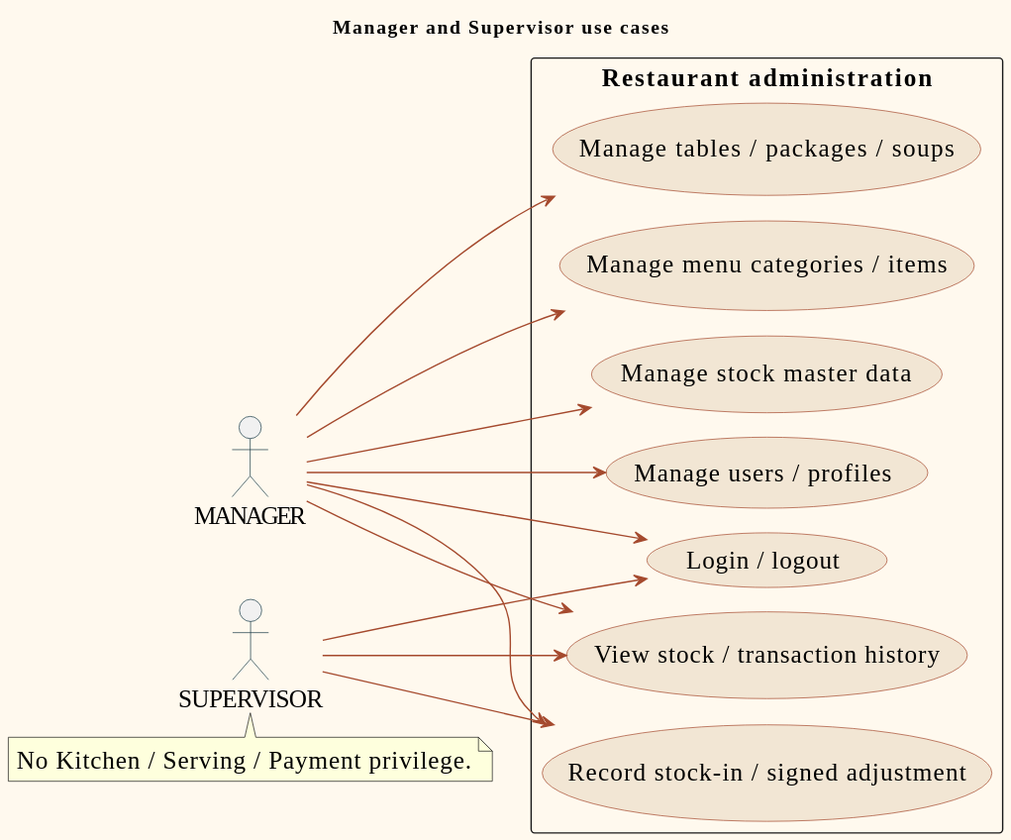
This is doc/diagrams/previews/use-case-management.svg from PavaritPramual/buffet-restaurant-management-system, a PlantUML export, as it was before one commit. Source of this version:
```plantuml
@startuml
!pragma layout smetana
skinparam shadowing false
skinparam backgroundColor #FFF9EE
skinparam defaultFontName Tahoma
skinparam defaultFontSize 18
skinparam classAttributeIconSize 0
skinparam ArrowColor #A54A2E
skinparam classBackgroundColor #FFF9EE
skinparam classBorderColor #173A45
skinparam actorBorderColor #173A45
skinparam usecaseBackgroundColor #F2E6D4
skinparam usecaseBorderColor #A54A2E
title Manager and Supervisor use cases
left to right direction
actor "MANAGER" as Manager
actor "SUPERVISOR" as Supervisor
rectangle "Restaurant administration" {
 usecase "Login / logout" as Login
 usecase "Manage users / profiles" as Users
 usecase "Manage tables / packages / soups" as Catalog
 usecase "Manage menu categories / items" as Menu
 usecase "Manage stock master data" as Master
 usecase "View stock / transaction history" as Read
 usecase "Record stock-in / signed adjustment" as Move
}
Manager --> Login
Supervisor --> Login
Manager --> Users
Manager --> Catalog
Manager --> Menu
Manager --> Master
Manager --> Read
Manager --> Move
Supervisor --> Read
Supervisor --> Move
note bottom of Supervisor
No Kitchen / Serving / Payment privilege.
end note
@enduml
```
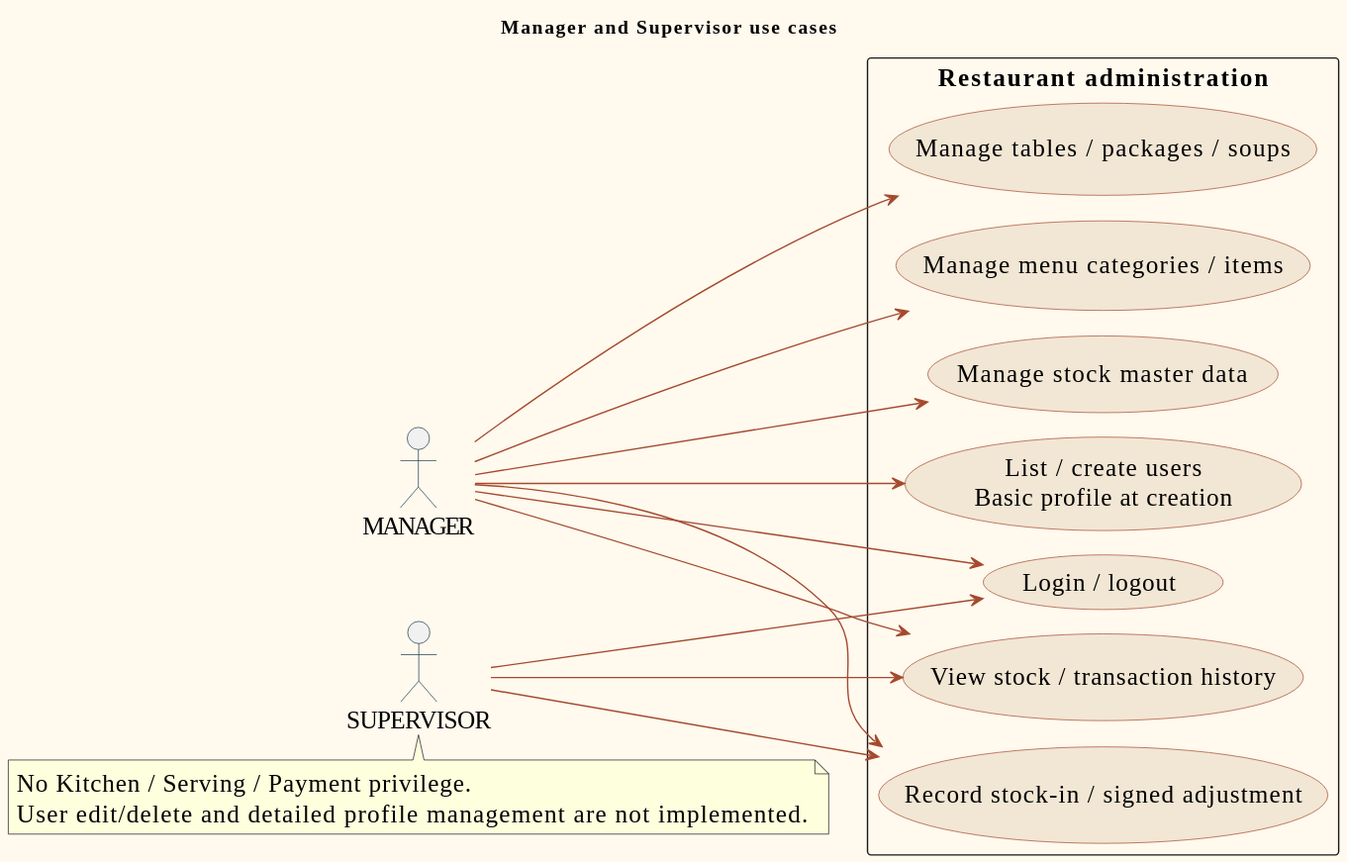
Above is the later version.

The edit, as a diff of the source:
```diff
@@ -17,7 +17,7 @@
 actor "SUPERVISOR" as Supervisor
 rectangle "Restaurant administration" {
  usecase "Login / logout" as Login
- usecase "Manage users / profiles" as Users
+ usecase "List / create users\nBasic profile at creation" as Users
  usecase "Manage tables / packages / soups" as Catalog
  usecase "Manage menu categories / items" as Menu
  usecase "Manage stock master data" as Master
@@ -36,5 +36,6 @@
 Supervisor --> Move
 note bottom of Supervisor
 No Kitchen / Serving / Payment privilege.
+User edit/delete and detailed profile management are not implemented.
 end note
 @enduml
```
